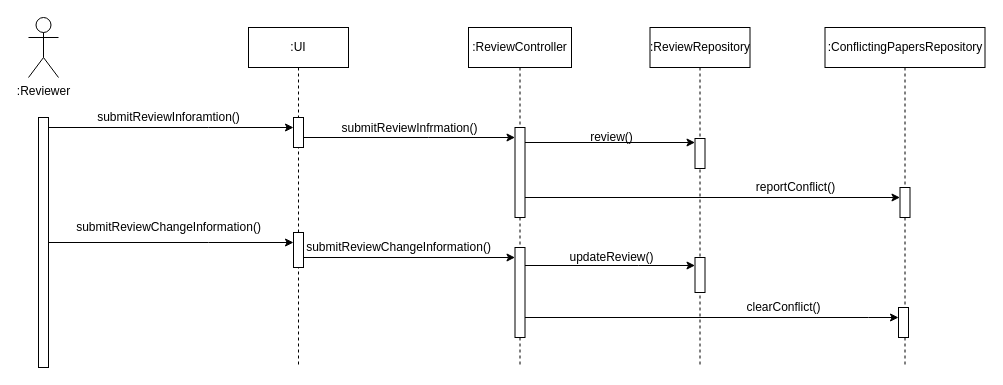
horatiu-udrea/RuntimeTerror keeps this draw.io diagram as documents/drawio-files/ReviewerSequenceDiagram.drawio. Above is the earlier version. Source tidied: cells renumbered, new cells numbered last; positions are measured from the earlier drawing's top-left corner, leaving out a move shared by most shapes. Both pictures are drawn from the tidied source at 100%, with x=0, y=0 at pixel (28, 17).
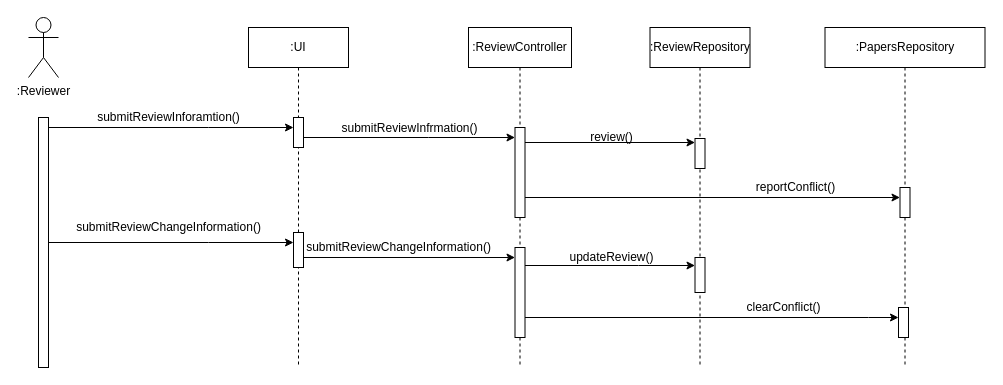
The same diagram, later.

Change to the diagram source:
```diff
@@
-    <mxCell id="21" value=":ConflictingPapersRepository" style="shape=umlLifeline;perimeter=lifelinePerimeter;whiteSpace=wrap;html=1;" parent="1" vertex="1">
+    <mxCell id="21" value=":PapersRepository" style="shape=umlLifeline;perimeter=lifelinePerimeter;whiteSpace=wrap;html=1;" parent="1" vertex="1">
       <mxGeometry x="796.5" y="10" width="160" height="340" as="geometry" />
     </mxCell>
```
